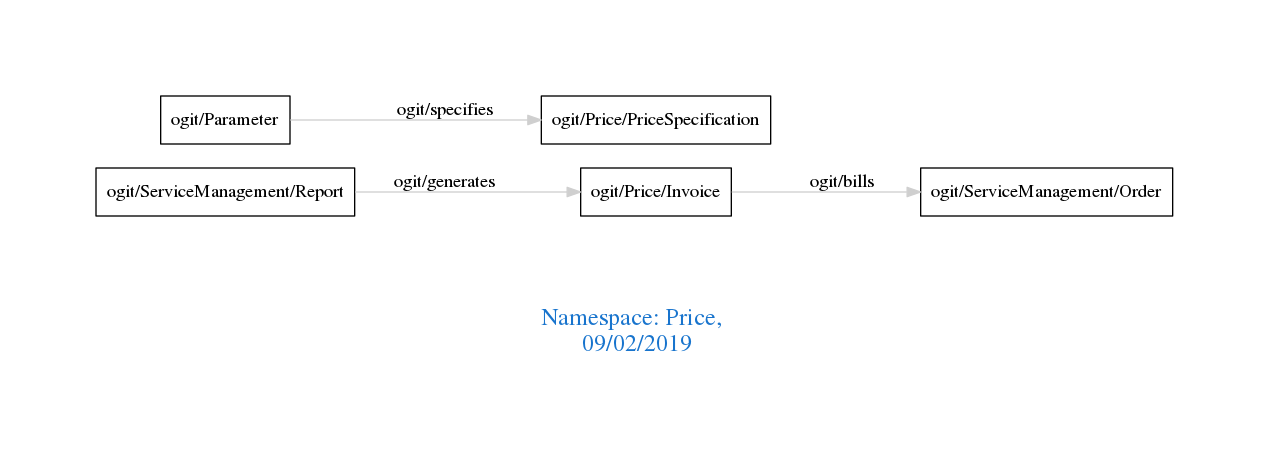
This is downloads/Price.png from arago/OGIT, a Graphviz export, as it was before one commit. Its source is kept beside it as downloads/Price.dot. Source of this version:
```dot
digraph OGIT_ontology {
 graph [ rankdir= LR,pad=1
fontsize = 18,
fontcolor= dodgerblue3,label = "\n\n\nNamespace: Price, \n 09/02/2019"];
node[shape=polygon];
edge [  color="gray81"];

   "ogit/Price/Invoice" -> "ogit/ServiceManagement/Order" [label="   ogit/bills    "];
   "ogit/ServiceManagement/Report" -> "ogit/Price/Invoice" [label="   ogit/generates    "];
   "ogit/Parameter" -> "ogit/Price/PriceSpecification" [label="   ogit/specifies    "];
}
```
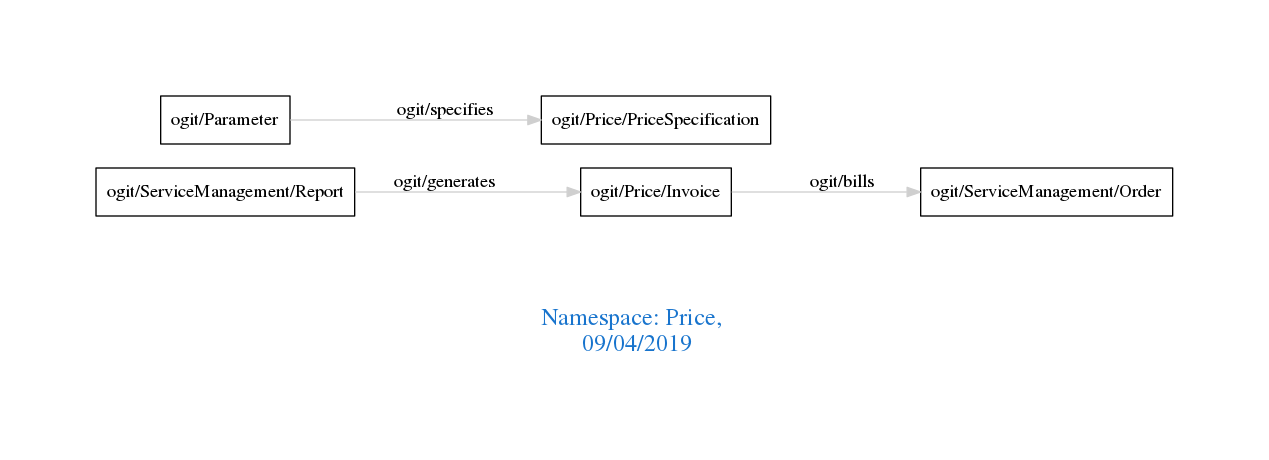
The same file after the commit.

The edit, as a diff of the source:
```diff
@@ -1,7 +1,7 @@
 digraph OGIT_ontology {
  graph [ rankdir= LR,pad=1
 fontsize = 18,
-fontcolor= dodgerblue3,label = "\n\n\nNamespace: Price, \n 09/02/2019"];
+fontcolor= dodgerblue3,label = "\n\n\nNamespace: Price, \n 09/04/2019"];
 node[shape=polygon];
 edge [  color="gray81"];
 
```
